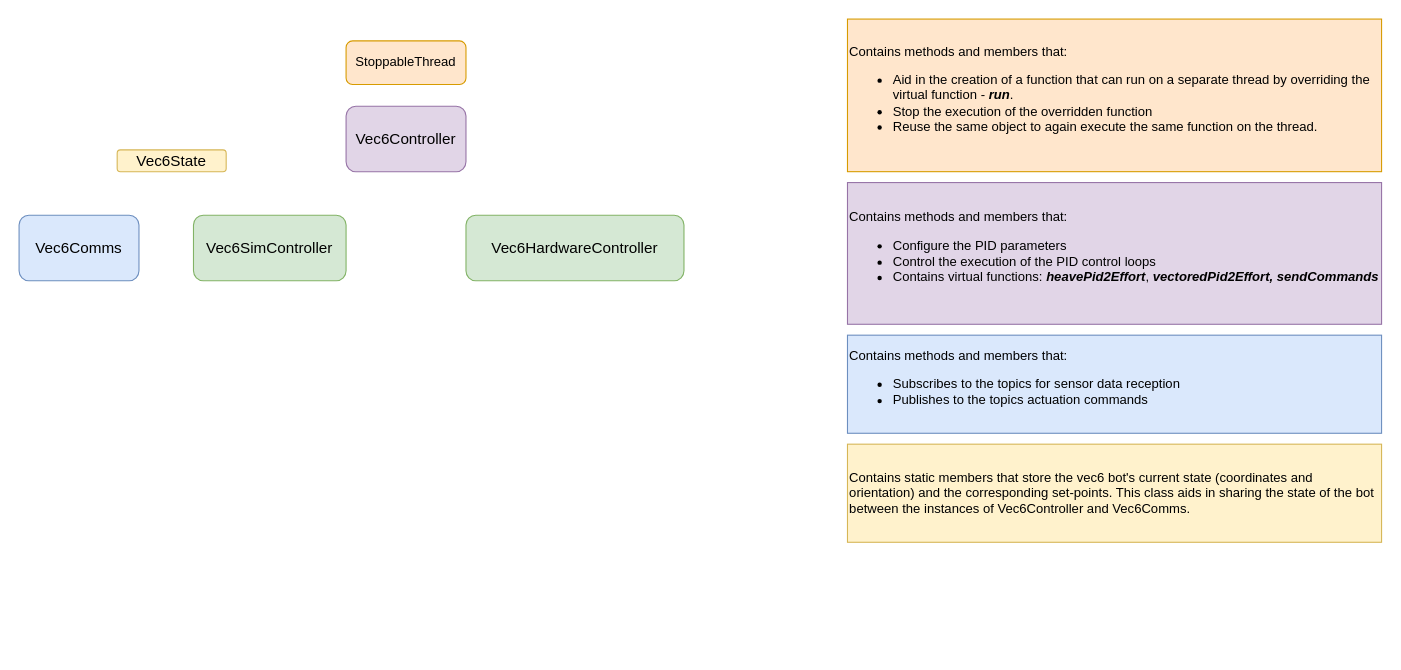
Earlier version of the draw.io diagram docs/uwv-simulator-structure.drawio (auvsociety/uwv-simulator). Source tidied: cells renumbered, new cells numbered last; positions are measured from the earlier drawing's top-left corner, leaving out a move shared by most shapes. Both pictures are drawn from the tidied source at 109%, with x=0, y=0 at pixel (19, 19).
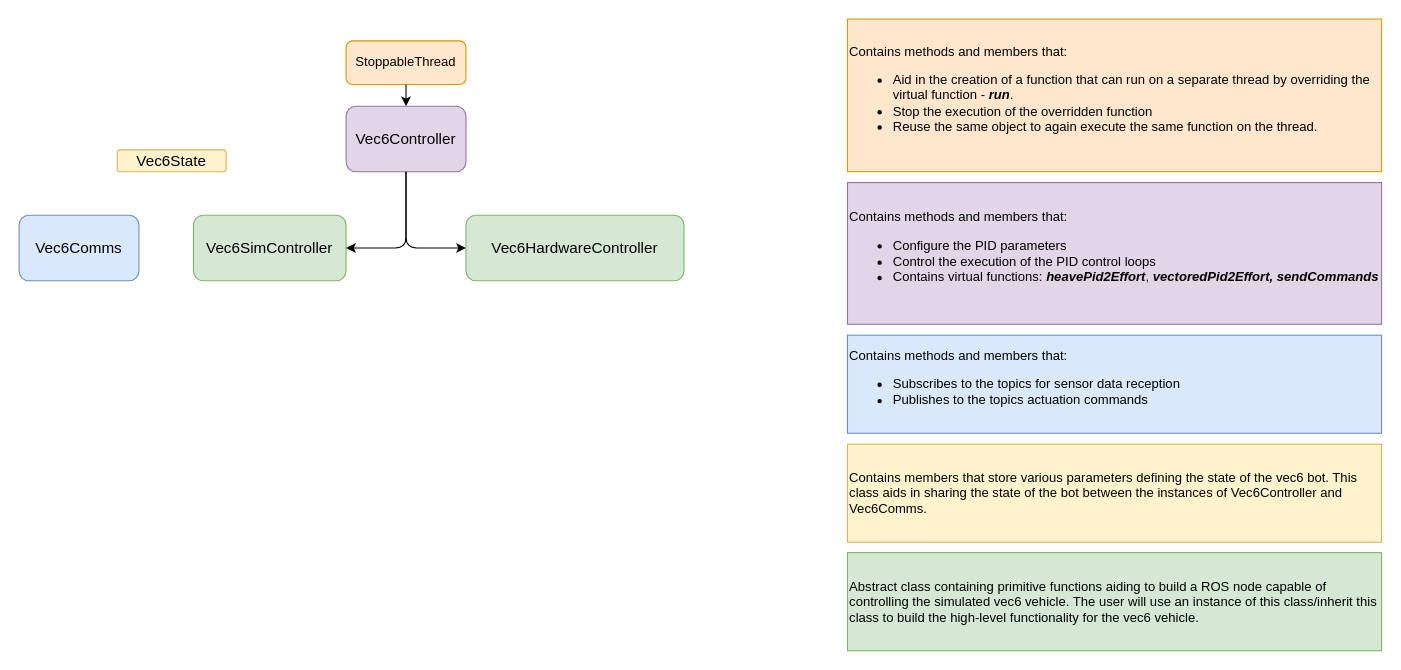
Above is the later version.

Commit message:
Updated sim-struct in docs

Change to the diagram source:
```diff
@@
 <mxGraphModel>
   <root>
     <mxCell id="0" />
     <mxCell id="1" parent="0" />
     <mxCell id="2" value="StoppableThread" style="rounded=1;whiteSpace=wrap;html=1;fillColor=#ffe6cc;strokeColor=#d79b00;" parent="1" vertex="1">
       <mxGeometry x="300" y="20" width="110" height="40" as="geometry" />
     </mxCell>
     <mxCell id="3" value="&lt;font style=&quot;font-size: 14px&quot;&gt;Vec6Controller&lt;/font&gt;" style="rounded=1;whiteSpace=wrap;html=1;fillColor=#e1d5e7;strokeColor=#9673a6;" parent="1" vertex="1">
       <mxGeometry x="300" y="80" width="110" height="60" as="geometry" />
     </mxCell>
     <mxCell id="4" value="Contains methods and members that:&lt;br&gt;&lt;ul&gt;&lt;li&gt;Configure the PID parameters&lt;/li&gt;&lt;li&gt;Control the execution of the PID control loops&lt;/li&gt;&lt;li&gt;Contains virtual functions: &lt;i style=&quot;font-weight: bold&quot;&gt;heavePid2Effort&lt;/i&gt;, &lt;i style=&quot;font-weight: bold&quot;&gt;vectoredPid2Effort, sendCommands&lt;/i&gt;&lt;/li&gt;&lt;/ul&gt;" style="rounded=0;whiteSpace=wrap;html=1;fillColor=#e1d5e7;strokeColor=#9673a6;align=left;" parent="1" vertex="1">
       <mxGeometry x="760" y="150" width="490" height="130" as="geometry" />
     </mxCell>
     <mxCell id="5" value="Contains methods and members that:&lt;br&gt;&lt;ul&gt;&lt;li&gt;Aid in the creation of a function that can run on a separate thread by overriding the virtual function - &lt;i style=&quot;font-weight: bold&quot;&gt;run&lt;/i&gt;.&lt;/li&gt;&lt;li&gt;Stop the execution of the overridden function&lt;/li&gt;&lt;li&gt;Reuse the same object to again execute the same function on the thread.&lt;/li&gt;&lt;/ul&gt;" style="rounded=0;whiteSpace=wrap;html=1;fillColor=#ffe6cc;align=left;strokeColor=#d79b00;perimeterSpacing=2;" parent="1" vertex="1">
       <mxGeometry x="760" width="490" height="140" as="geometry" />
     </mxCell>
     <mxCell id="6" value="&lt;font style=&quot;font-size: 14px&quot;&gt;Vec6Comms&lt;/font&gt;" style="rounded=1;whiteSpace=wrap;html=1;fillColor=#dae8fc;strokeColor=#6c8ebf;" parent="1" vertex="1">
       <mxGeometry y="180" width="110" height="60" as="geometry" />
     </mxCell>
     <mxCell id="7" value="Contains methods and members that:&lt;br&gt;&lt;ul&gt;&lt;li&gt;Subscribes to the topics for sensor data reception&lt;/li&gt;&lt;li&gt;Publishes to the topics actuation commands&lt;/li&gt;&lt;/ul&gt;" style="rounded=0;whiteSpace=wrap;html=1;fillColor=#dae8fc;strokeColor=#6c8ebf;align=left;" parent="1" vertex="1">
       <mxGeometry x="760" y="290" width="490" height="90" as="geometry" />
     </mxCell>
     <mxCell id="8" value="&lt;font style=&quot;font-size: 14px&quot;&gt;Vec6HardwareController&lt;/font&gt;" style="rounded=1;whiteSpace=wrap;html=1;fillColor=#d5e8d4;strokeColor=#82b366;" parent="1" vertex="1">
       <mxGeometry x="410" y="180" width="200" height="60" as="geometry" />
     </mxCell>
     <mxCell id="9" value="&lt;font style=&quot;font-size: 14px&quot;&gt;Vec6SimController&lt;/font&gt;" style="rounded=1;whiteSpace=wrap;html=1;fillColor=#d5e8d4;strokeColor=#82b366;" parent="1" vertex="1">
       <mxGeometry x="160" y="180" width="140" height="60" as="geometry" />
     </mxCell>
     <mxCell id="10" value="&lt;font style=&quot;font-size: 14px&quot;&gt;Vec6State&lt;/font&gt;" style="rounded=1;whiteSpace=wrap;html=1;fillColor=#fff2cc;strokeColor=#d6b656;" parent="1" vertex="1">
       <mxGeometry x="90" y="120" width="100" height="20" as="geometry" />
     </mxCell>
-    <mxCell id="11" value="Contains static members that store the vec6 bot's current state (coordinates and orientation) and the corresponding set-points. This class aids in sharing the state of the bot between the instances of Vec6Controller and Vec6Comms." style="rounded=0;whiteSpace=wrap;html=1;fillColor=#fff2cc;strokeColor=#d6b656;align=left;" parent="1" vertex="1">
+    <mxCell id="11" value="Contains members that store various parameters defining the state of the vec6 bot. This class aids in sharing the state of the bot between the instances of Vec6Controller and Vec6Comms." style="rounded=0;whiteSpace=wrap;html=1;fillColor=#fff2cc;strokeColor=#d6b656;align=left;" parent="1" vertex="1">
       <mxGeometry x="760" y="390" width="490" height="90" as="geometry" />
     </mxCell>
+    <mxCell id="12" style="endArrow=classic;html=1;exitX=0.5;exitY=1;exitDx=0;exitDy=0;" parent="1" edge="1" source="2">
+      <mxGeometry relative="1" as="geometry">
+        <mxPoint x="355" y="80" as="targetPoint" />
+      </mxGeometry>
+    </mxCell>
+    <mxCell id="13" style="endArrow=classic;html=1;exitX=0.5;exitY=1;exitDx=0;exitDy=0;entryX=1;entryY=0.5;entryDx=0;entryDy=0;" parent="1" edge="1" source="3" target="9">
+      <mxGeometry relative="1" as="geometry">
+        <Array as="points">
+          <mxPoint x="355" y="210" />
+        </Array>
+      </mxGeometry>
+    </mxCell>
+    <mxCell id="14" style="endArrow=classic;html=1;exitX=0.5;exitY=1;exitDx=0;exitDy=0;entryX=0;entryY=0.5;entryDx=0;entryDy=0;" parent="1" edge="1" source="3" target="8">
+      <mxGeometry relative="1" as="geometry">
+        <Array as="points">
+          <mxPoint x="355" y="210" />
+        </Array>
+      </mxGeometry>
+    </mxCell>
+    <mxCell id="15" value="Abstract class containing primitive functions aiding to build a ROS node capable of controlling the simulated vec6 vehicle. The user will use an instance of this class/inherit this class to build the high-level functionality for the vec6 vehicle." style="rounded=0;whiteSpace=wrap;html=1;fillColor=#d5e8d4;strokeColor=#82b366;align=left;" parent="1" vertex="1">
+      <mxGeometry x="760" y="489.5" width="490" height="90" as="geometry" />
+    </mxCell>
   </root>
 </mxGraphModel>
```
